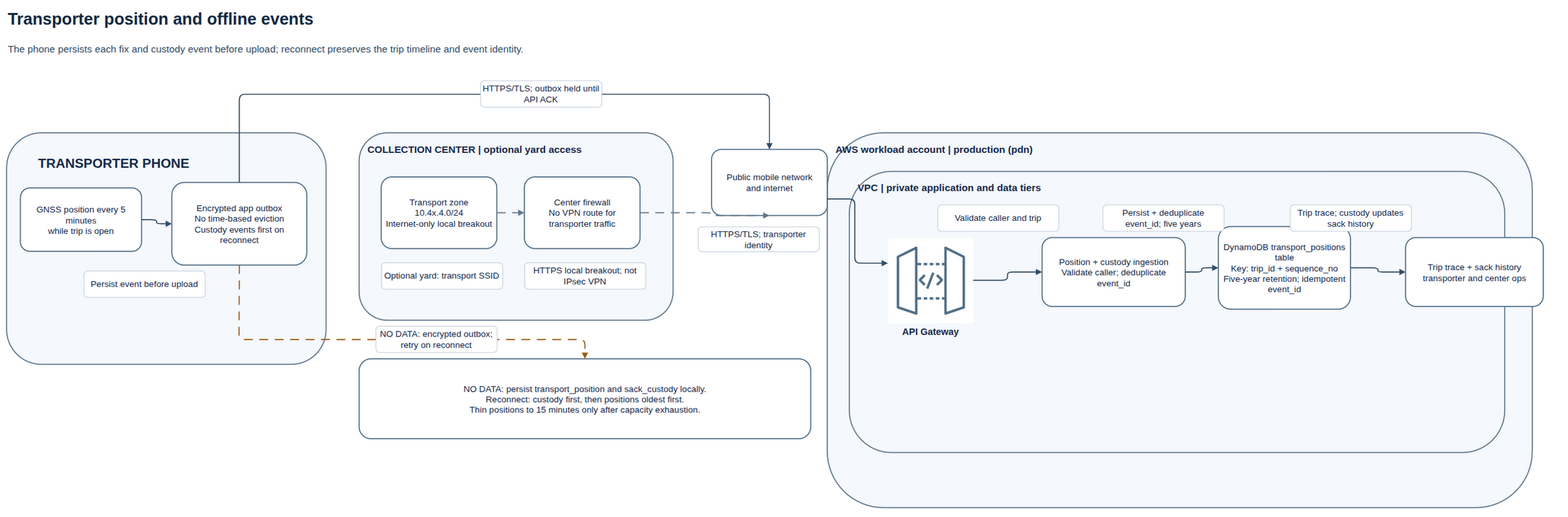
Above: data-paths/transporter-position.png in aroma-pacifico/aroma-pacifico-diagrams (draw.io), before the change. Source tidied: cells renumbered, new cells last; positions are measured from the earlier drawing's top-left corner, leaving out a move shared by most shapes.
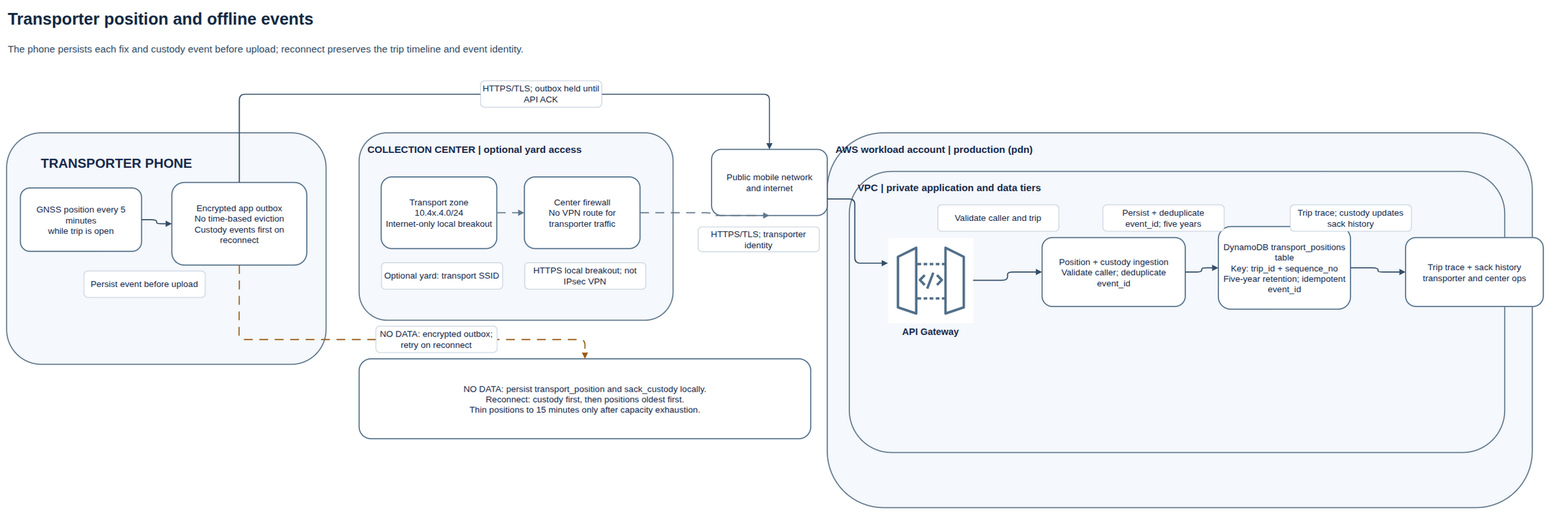
After the commit.

Change to the diagram source:
```diff
@@ -8,7 +8,7 @@
     <mxCell id="3" value="The phone persists each fix and custody event before upload; reconnect preserves the trip timeline and event identity." style="text;html=1;align=left;verticalAlign=middle;fontSize=18;fontColor=#334e68;" parent="1" vertex="1">
       <mxGeometry y="50" width="2820" height="55" as="geometry" />
     </mxCell>
-    <mxCell id="4" value="TRANSPORTER PHONE" style="rounded=1;whiteSpace=wrap;html=1;fillColor=#f5f8fc;strokeColor=#61788d;strokeWidth=2;fontColor=#172b4d;fontSize=24;fontStyle=1;align=left;verticalAlign=top;spacingLeft=55;spacingTop=35;" parent="1" vertex="1">
+    <mxCell id="4" value="TRANSPORTER PHONE" style="rounded=1;whiteSpace=wrap;html=1;fillColor=#f5f8fc;strokeColor=#61788d;strokeWidth=2;fontColor=#172b4d;fontSize=24;fontStyle=1;align=left;verticalAlign=top;spacingLeft=60;spacingTop=35;" parent="1" vertex="1">
       <mxGeometry y="230" width="580" height="420" as="geometry" />
     </mxCell>
     <mxCell id="5" value="COLLECTION CENTER | optional yard access" style="rounded=1;whiteSpace=wrap;html=1;fillColor=#f5f8fc;strokeColor=#61788d;strokeWidth=2;fontColor=#172b4d;fontSize=18;fontStyle=1;align=left;verticalAlign=top;spacing=15;" parent="1" vertex="1">
```
